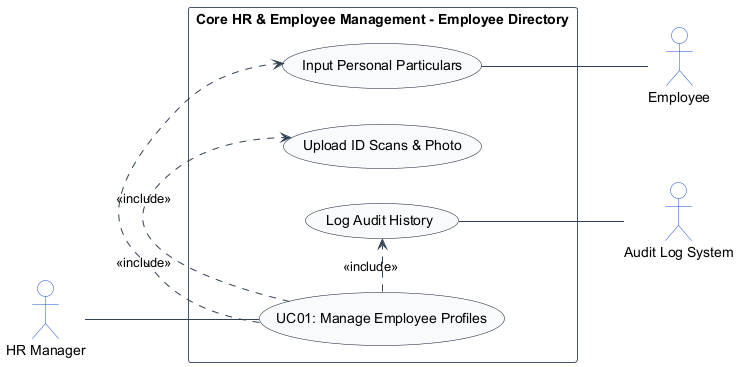
Above: usecase_images/UC01.png in TamBui1706/HRPlatform (PlantUML), before the change.
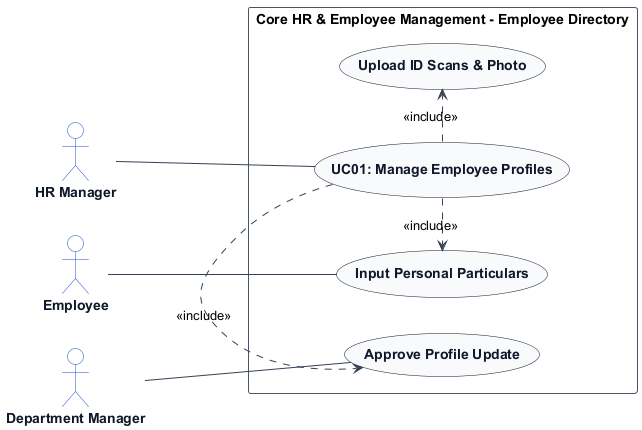
The same diagram one commit later.

The edit, as a diff of the source:
```diff
@@ -7,26 +7,32 @@
 skinparam ArrowColor #334155
 skinparam ActorBorderColor #1d4ed8
 skinparam ActorBackgroundColor #ffffff
+skinparam ActorFontColor #0f172a
+skinparam ActorFontStyle bold
+
 skinparam UsecaseBorderColor #0f172a
 skinparam UsecaseBackgroundColor #f8fafc
+skinparam UsecaseFontColor #0f172a
+skinparam UsecaseFontStyle bold
+
 skinparam RectangleBorderColor #475569
 skinparam RectangleBackgroundColor #ffffff
 
 actor "HR Manager" as HRManager
 actor "Employee" as Employee
-actor "Audit Log System" as AuditLogSystem
+actor "Department Manager" as DepartmentManager
 
 rectangle "Core HR & Employee Management - Employee Directory" {
     usecase "UC01: Manage Employee Profiles" as UC_Main
     usecase "Input Personal Particulars" as UC_Input
     usecase "Upload ID Scans & Photo" as UC_UploadDoc
-    usecase "Log Audit History" as UC_Audit
+    usecase "Approve Profile Update" as UC_ApproveProfile
 
     HRManager -- UC_Main
+    Employee -- UC_Input
+    DepartmentManager -- UC_ApproveProfile
     UC_Main .> UC_Input : <<include>>
     UC_Main .> UC_UploadDoc : <<include>>
-    UC_Main .> UC_Audit : <<include>>
-    UC_Input -- Employee
-    UC_Audit -- AuditLogSystem
+    UC_Main .> UC_ApproveProfile : <<include>>
 }
 @enduml
```
